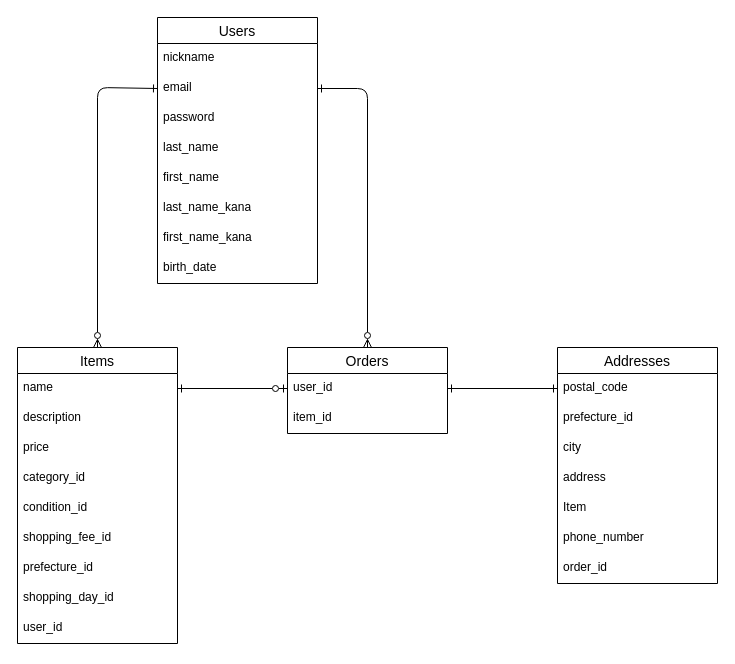
Earlier version of the draw.io diagram furima.dio (nishimura-yui/furima-030428). Source tidied: cells renumbered, new cells numbered last; positions are measured from the earlier drawing's top-left corner, leaving out a move shared by most shapes. Both pictures are drawn from the tidied source at 100%, with x=0, y=0 at pixel (17, 17).
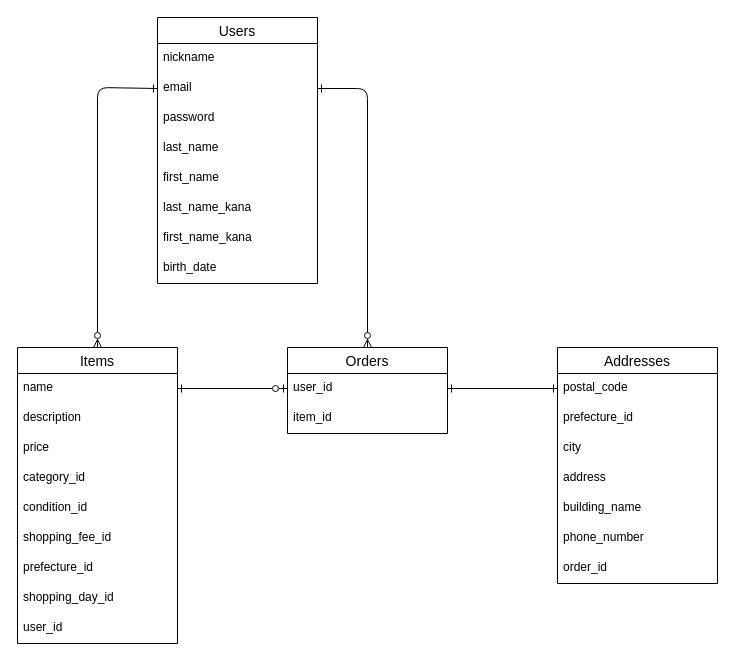
The same diagram, later.

Unchanged cells that the change refers to:
```xml
<mxCell id="24" value="Addresses" style="swimlane;fontStyle=0;horizontal=1;startSize=26;align=center;fontSize=14;" parent="1" vertex="1">
  <mxGeometry x="540" y="330" width="160" height="236" as="geometry" />
</mxCell>
```

What changed in the source:
```diff
@@
-    <mxCell id="29" value="Item" style="text;strokeColor=none;fillColor=none;spacingLeft=4;spacingRight=4;overflow=hidden;fontSize=12;whiteSpace=wrap;html=1;" parent="24" vertex="1">
+    <mxCell id="29" value="building_name" style="text;strokeColor=none;fillColor=none;spacingLeft=4;spacingRight=4;overflow=hidden;fontSize=12;whiteSpace=wrap;html=1;" parent="24" vertex="1">
       <mxGeometry y="146" width="160" height="30" as="geometry" />
     </mxCell>
```
